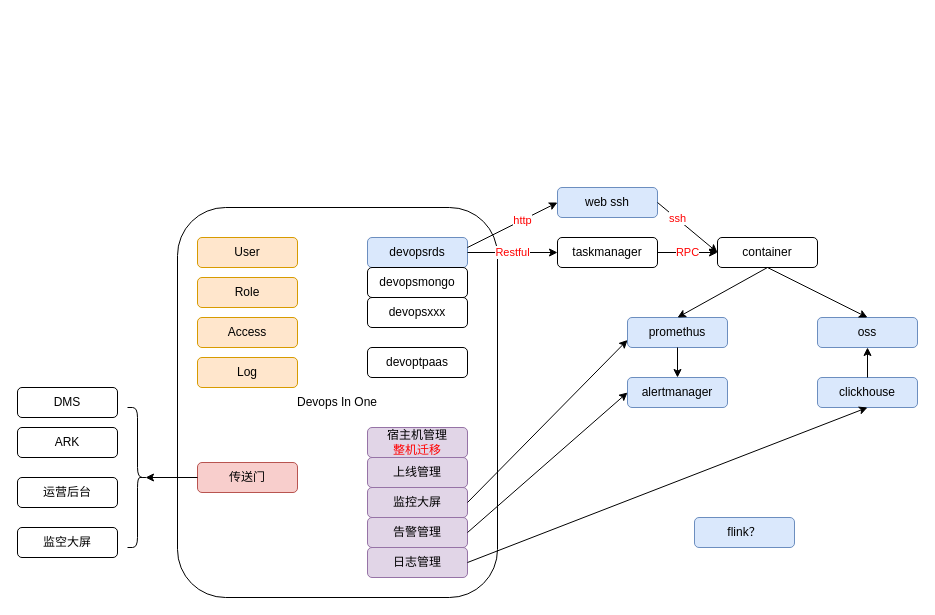
Above: page "运维平台" (8 of 8) of Untitled Diagram.drawio in zjtheone/read-the-fxxk-code (draw.io), before the change. Source tidied: cells renumbered, new cells numbered last; positions are measured from the earlier drawing's top-left corner, leaving out a move shared by most shapes. Both pictures are drawn from the tidied source at 100%, with x=0, y=0 at pixel (17, 187).
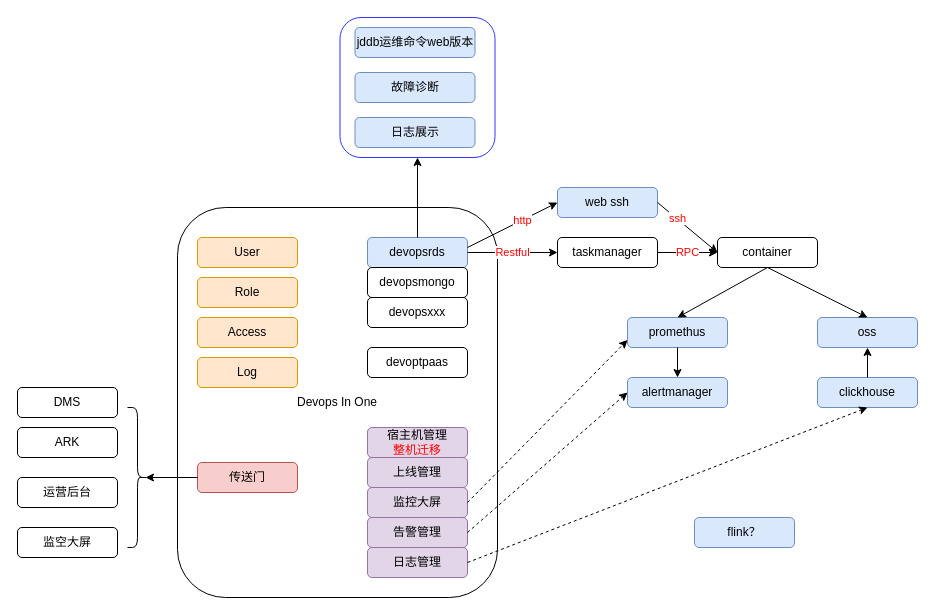
The same page after the edit.

The change refers to these unchanged cells:
```xml
<mxCell id="3" value="devopsrds" style="rounded=1;whiteSpace=wrap;html=1;strokeColor=#6c8ebf;fillColor=#dae8fc;" parent="1" vertex="1">
  <mxGeometry x="350" y="50" width="100" height="30" as="geometry" />
</mxCell>
<mxCell id="19" value="告警管理" style="rounded=1;whiteSpace=wrap;html=1;fillColor=#e1d5e7;strokeColor=#9673a6;" parent="1" vertex="1">
  <mxGeometry x="350" y="330" width="100" height="30" as="geometry" />
</mxCell>
<mxCell id="21" value="监控大屏" style="rounded=1;whiteSpace=wrap;html=1;fillColor=#e1d5e7;strokeColor=#9673a6;" parent="1" vertex="1">
  <mxGeometry x="350" y="300" width="100" height="30" as="geometry" />
</mxCell>
<mxCell id="22" value="日志管理" style="rounded=1;whiteSpace=wrap;html=1;fillColor=#e1d5e7;strokeColor=#9673a6;" parent="1" vertex="1">
  <mxGeometry x="350" y="360" width="100" height="30" as="geometry" />
</mxCell>
<mxCell id="32" value="promethus" style="rounded=1;whiteSpace=wrap;html=1;fillColor=#dae8fc;strokeColor=#6c8ebf;" parent="1" vertex="1">
  <mxGeometry x="610" y="130" width="100" height="30" as="geometry" />
</mxCell>
<mxCell id="33" value="alertmanager" style="rounded=1;whiteSpace=wrap;html=1;fillColor=#dae8fc;strokeColor=#6c8ebf;" parent="1" vertex="1">
  <mxGeometry x="610" y="190" width="100" height="30" as="geometry" />
</mxCell>
<mxCell id="40" value="clickhouse" style="rounded=1;whiteSpace=wrap;html=1;fillColor=#dae8fc;strokeColor=#6c8ebf;" parent="1" vertex="1">
  <mxGeometry x="800" y="190" width="100" height="30" as="geometry" />
</mxCell>
```

The edit, as a diff of the source:
```diff
@@
-    <mxCell id="36" style="endArrow=classic;html=1;rounded=0;fontColor=#FF0000;entryX=0;entryY=0.75;entryDx=0;entryDy=0;exitX=1;exitY=0.5;exitDx=0;exitDy=0;" parent="1" edge="1" source="21" target="32">
+    <mxCell id="36" style="endArrow=classic;html=1;rounded=0;fontColor=#FF0000;entryX=0;entryY=0.75;entryDx=0;entryDy=0;exitX=1;exitY=0.5;exitDx=0;exitDy=0;dashed=1;" parent="1" edge="1" source="21" target="32">
       <mxGeometry relative="1" as="geometry" />
     </mxCell>
-    <mxCell id="37" style="endArrow=classic;html=1;rounded=0;fontColor=#FF0000;entryX=0;entryY=0.5;entryDx=0;entryDy=0;exitX=1;exitY=0.5;exitDx=0;exitDy=0;" parent="1" edge="1" source="19" target="33">
+    <mxCell id="37" style="endArrow=classic;html=1;rounded=0;fontColor=#FF0000;entryX=0;entryY=0.5;entryDx=0;entryDy=0;exitX=1;exitY=0.5;exitDx=0;exitDy=0;dashed=1;" parent="1" edge="1" source="19" target="33">
       <mxGeometry relative="1" as="geometry" />
     </mxCell>
@@
-    <mxCell id="42" style="endArrow=classic;html=1;rounded=0;fontColor=#FF0000;entryX=0.5;entryY=1;entryDx=0;entryDy=0;exitX=1;exitY=0.5;exitDx=0;exitDy=0;" parent="1" edge="1" source="22" target="40">
+    <mxCell id="42" style="endArrow=classic;html=1;rounded=0;fontColor=#FF0000;entryX=0.5;entryY=1;entryDx=0;entryDy=0;exitX=1;exitY=0.5;exitDx=0;exitDy=0;dashed=1;" parent="1" edge="1" source="22" target="40">
       <mxGeometry relative="1" as="geometry" />
     </mxCell>
@@
+    <mxCell id="44" style="rounded=1;whiteSpace=wrap;html=1;fontColor=#FF0000;strokeColor=#3333FF;" parent="1" vertex="1">
+      <mxGeometry x="322.5" y="-170" width="155" height="140" as="geometry" />
+    </mxCell>
+    <mxCell id="45" style="endArrow=classic;html=1;rounded=0;fontColor=#FF0000;entryX=0.5;entryY=1;entryDx=0;entryDy=0;" parent="1" edge="1" source="3" target="44">
+      <mxGeometry relative="1" as="geometry" />
+    </mxCell>
+    <mxCell id="46" value="jddb运维命令web版本" style="rounded=1;whiteSpace=wrap;html=1;fillColor=#dae8fc;strokeColor=#6c8ebf;" parent="1" vertex="1">
+      <mxGeometry x="337.5" y="-160" width="120" height="30" as="geometry" />
+    </mxCell>
+    <mxCell id="47" value="故障诊断" style="rounded=1;whiteSpace=wrap;html=1;fillColor=#dae8fc;strokeColor=#6c8ebf;" parent="1" vertex="1">
+      <mxGeometry x="337.5" y="-115" width="120" height="30" as="geometry" />
+    </mxCell>
+    <mxCell id="48" value="日志展示" style="rounded=1;whiteSpace=wrap;html=1;fillColor=#dae8fc;strokeColor=#6c8ebf;" parent="1" vertex="1">
+      <mxGeometry x="337.5" y="-70" width="120" height="30" as="geometry" />
+    </mxCell>
```
